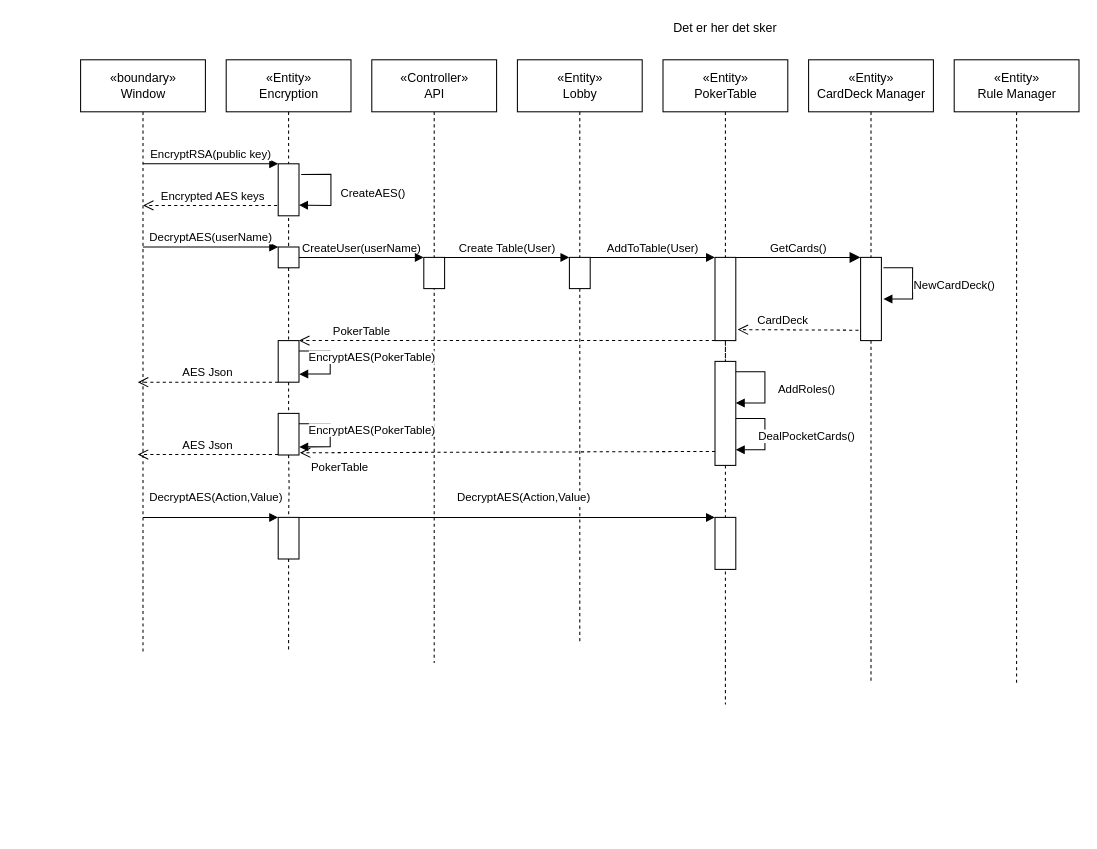
This is Dokumentation/SD Diagram.drawio from AndreasBollNielsen/PinkLadiesPoker_GameEngine, a draw.io file, before an edit. Source tidied: cells renumbered, new cells numbered last; positions are measured from the earlier drawing's top-left corner, leaving out a move shared by most shapes. Both pictures are drawn from the tidied source at 104%, with x=0, y=0 at pixel (80, 18).
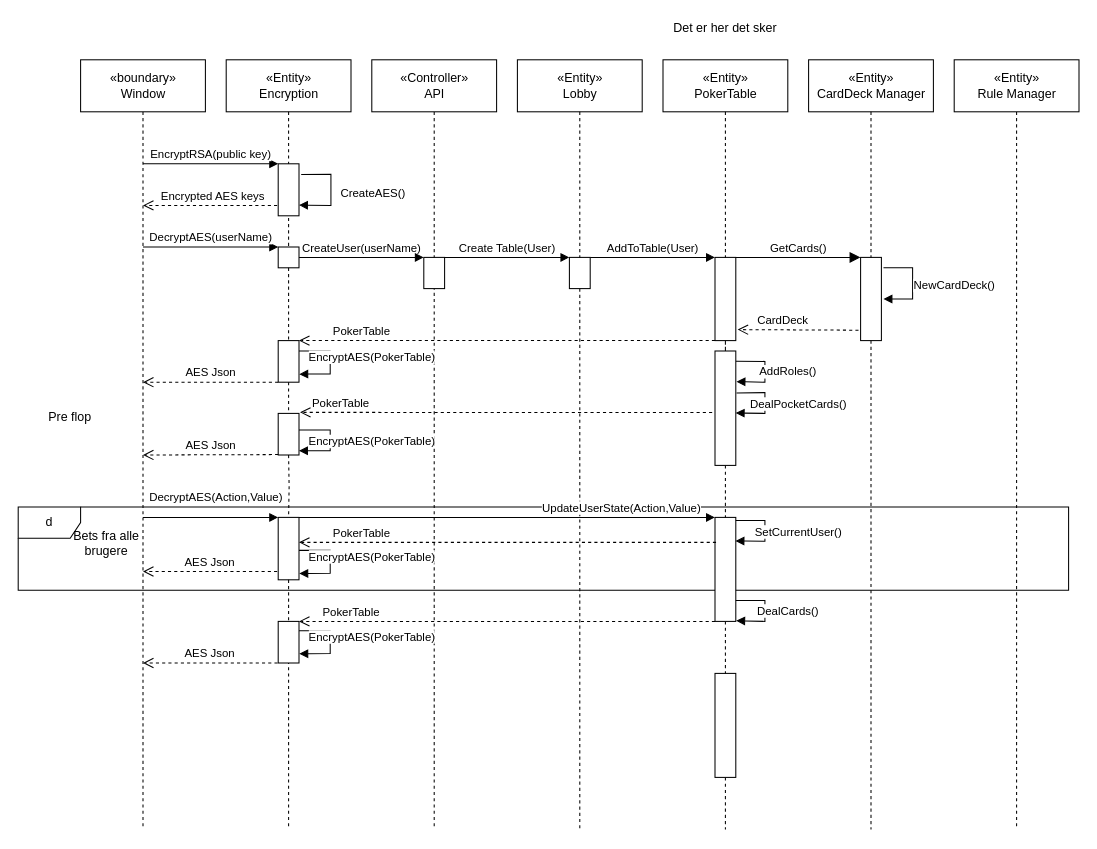
After the change.

Commit message:
added another update to SD diagram

The change refers to these unchanged cells:
```xml
<mxCell id="3" value="«boundary»&lt;br&gt;Window" style="html=1;" parent="1" vertex="1">
  <mxGeometry y="40" width="120" height="50" as="geometry" />
</mxCell>
<mxCell id="8" value="«Controller»&lt;br&gt;API" style="html=1;" parent="1" vertex="1">
  <mxGeometry x="280" y="40" width="120" height="50" as="geometry" />
</mxCell>
<mxCell id="21" style="rounded=0;whiteSpace=wrap;html=1;" parent="1" vertex="1">
  <mxGeometry x="470" y="230" width="20" height="30" as="geometry" />
</mxCell>
<mxCell id="23" style="rounded=0;whiteSpace=wrap;html=1;" parent="1" vertex="1">
  <mxGeometry x="750" y="230" width="20" height="80" as="geometry" />
</mxCell>
<mxCell id="33" style="rounded=0;whiteSpace=wrap;html=1;" parent="1" vertex="1">
  <mxGeometry x="610" y="230" width="20" height="80" as="geometry" />
</mxCell>
<mxCell id="44" style="rounded=0;whiteSpace=wrap;html=1;" parent="1" vertex="1">
  <mxGeometry x="190" y="380" width="20" height="40" as="geometry" />
</mxCell>
<mxCell id="50" value="«Entity»&lt;br&gt;Rule Manager" style="html=1;" parent="1" vertex="1">
  <mxGeometry x="840" y="40" width="120" height="50" as="geometry" />
</mxCell>
```

What changed in the source:
```diff
@@
+    <mxCell id="41" style="edgeStyle=orthogonalEdgeStyle;rounded=0;jettySize=auto;html=1;dashed=1;labelBackgroundColor=none;endArrow=none;endFill=0;align=center;" parent="1" edge="1" source="33" target="40">
+      <mxGeometry relative="1" as="geometry" />
+    </mxCell>
+    <mxCell id="56" value="d" style="shape=umlFrame;whiteSpace=wrap;html=1;" parent="1" vertex="1">
+      <mxGeometry x="-60" y="470" width="1010" height="80" as="geometry" />
+    </mxCell>
     <mxCell id="2" style="edgeStyle=orthogonalEdgeStyle;rounded=0;jettySize=auto;html=1;endArrow=none;endFill=0;dashed=1;exitX=0.5;exitY=1;exitDx=0;exitDy=0;" parent="1" edge="1" source="3">
       <mxGeometry relative="1" as="geometry">
-        <mxPoint x="60" y="610" as="targetPoint" />
+        <mxPoint x="60" y="780" as="targetPoint" />
         <Array as="points">
           <mxPoint x="60" y="601" />
           <mxPoint x="60" y="601" />
         </Array>
       </mxGeometry>
     </mxCell>
@@
-    <mxCell id="4" style="edgeStyle=orthogonalEdgeStyle;rounded=0;jettySize=auto;html=1;dashed=1;endArrow=none;endFill=0;exitX=0.5;exitY=1;exitDx=0;exitDy=0;" parent="1" edge="1" source="52">
+    <mxCell id="4" style="edgeStyle=orthogonalEdgeStyle;rounded=0;jettySize=auto;html=1;dashed=1;endArrow=none;endFill=0;exitX=0.5;exitY=1;exitDx=0;exitDy=0;" parent="1" edge="1" source="66">
       <mxGeometry relative="1" as="geometry">
-        <mxPoint x="200" y="610" as="targetPoint" />
+        <mxPoint x="200" y="780" as="targetPoint" />
         <Array as="points">
           <mxPoint x="200" y="610" />
           <mxPoint x="200" y="610" />
         </Array>
       </mxGeometry>
     </mxCell>
     <mxCell id="5" style="edgeStyle=orthogonalEdgeStyle;rounded=0;jettySize=auto;html=1;dashed=1;endArrow=none;endFill=0;" parent="1" edge="1" source="21">
       <mxGeometry relative="1" as="geometry">
-        <mxPoint x="480" y="600" as="targetPoint" />
+        <mxPoint x="480" y="780" as="targetPoint" />
       </mxGeometry>
     </mxCell>
@@
     <mxCell id="7" style="edgeStyle=orthogonalEdgeStyle;rounded=0;jettySize=auto;html=1;dashed=1;endArrow=none;endFill=0;" parent="1" edge="1" source="8">
       <mxGeometry relative="1" as="geometry">
-        <mxPoint x="340" y="620" as="targetPoint" />
+        <mxPoint x="340" y="780" as="targetPoint" />
         <Array as="points">
           <mxPoint x="340" y="610" />
           <mxPoint x="340" y="610" />
         </Array>
       </mxGeometry>
     </mxCell>
@@
     <mxCell id="10" style="edgeStyle=orthogonalEdgeStyle;rounded=0;jettySize=auto;html=1;dashed=1;labelBackgroundColor=none;endArrow=none;endFill=0;exitX=0.5;exitY=1;exitDx=0;exitDy=0;" parent="1" edge="1" source="23">
       <mxGeometry relative="1" as="geometry">
-        <mxPoint x="760" y="640" as="targetPoint" />
+        <mxPoint x="760" y="780" as="targetPoint" />
       </mxGeometry>
     </mxCell>
@@
     <mxCell id="27" style="edgeStyle=orthogonalEdgeStyle;rounded=0;jettySize=auto;html=1;dashed=1;labelBackgroundColor=none;endArrow=none;endFill=0;align=center;" parent="1" edge="1" source="40">
       <mxGeometry relative="1" as="geometry">
-        <mxPoint x="620" y="660" as="targetPoint" />
+        <mxPoint x="620" y="780" as="targetPoint" />
         <Array as="points">
           <mxPoint x="620" y="650" />
           <mxPoint x="620" y="650" />
         </Array>
       </mxGeometry>
     </mxCell>
@@
     <mxCell id="31" value="AES Json" style="html=1;verticalAlign=bottom;endArrow=open;dashed=1;endSize=8;" parent="1" edge="1">
       <mxGeometry relative="1" as="geometry">
         <mxPoint x="190" y="350" as="sourcePoint" />
-        <mxPoint x="55" y="350" as="targetPoint" />
+        <mxPoint x="60" y="350" as="targetPoint" />
       </mxGeometry>
     </mxCell>
@@
     <mxCell id="40" style="rounded=0;whiteSpace=wrap;html=1;" parent="1" vertex="1">
-      <mxGeometry x="610" y="330" width="20" height="100" as="geometry" />
+      <mxGeometry x="610" y="320" width="20" height="110" as="geometry" />
     </mxCell>
-    <mxCell id="41" style="edgeStyle=orthogonalEdgeStyle;rounded=0;jettySize=auto;html=1;dashed=1;labelBackgroundColor=none;endArrow=none;endFill=0;align=center;" parent="1" edge="1" source="33" target="40">
-      <mxGeometry relative="1" as="geometry" />
-    </mxCell>
-    <mxCell id="42" value="PokerTable" style="html=1;verticalAlign=bottom;endArrow=open;dashed=1;endSize=8;entryX=1.042;entryY=0.946;entryDx=0;entryDy=0;entryPerimeter=0;exitX=0.007;exitY=0.866;exitDx=0;exitDy=0;exitPerimeter=0;" parent="1" edge="1" source="40" target="44">
-      <mxGeometry x="0.81" y="23" relative="1" as="geometry" />
+    <mxCell id="42" value="PokerTable" style="html=1;verticalAlign=bottom;endArrow=open;dashed=1;endSize=8;exitX=-0.136;exitY=0.538;exitDx=0;exitDy=0;exitPerimeter=0;" parent="1" edge="1" source="40">
+      <mxGeometry x="0.8" relative="1" as="geometry">
+        <mxPoint x="211" y="379" as="targetPoint" />
+      </mxGeometry>
     </mxCell>
@@
-    <mxCell id="45" value="EncryptAES(PokerTable)" style="html=1;verticalAlign=bottom;endArrow=block;rounded=0;entryX=1.014;entryY=0.807;entryDx=0;entryDy=0;entryPerimeter=0;" parent="1" edge="1" target="44">
-      <mxGeometry x="0.11" y="40" relative="1" as="geometry">
-        <mxPoint x="210" y="390" as="sourcePoint" />
+    <mxCell id="45" value="EncryptAES(PokerTable)" style="html=1;verticalAlign=bottom;endArrow=block;rounded=0;" parent="1" edge="1">
+      <mxGeometry x="0.25" y="-40" relative="1" as="geometry">
+        <mxPoint x="210" y="396" as="sourcePoint" />
+        <mxPoint x="210" y="416" as="targetPoint" />
         <Array as="points">
-          <mxPoint x="240" y="390" />
-          <mxPoint x="240" y="412" />
+          <mxPoint x="240" y="396" />
+          <mxPoint x="240" y="416" />
         </Array>
+        <mxPoint x="40" y="40" as="offset" />
       </mxGeometry>
     </mxCell>
     <mxCell id="46" value="AES Json" style="html=1;verticalAlign=bottom;endArrow=open;dashed=1;endSize=8;" parent="1" edge="1">
       <mxGeometry relative="1" as="geometry">
         <mxPoint x="190" y="419.6" as="sourcePoint" />
-        <mxPoint x="55" y="419.6" as="targetPoint" />
+        <mxPoint x="60" y="420" as="targetPoint" />
       </mxGeometry>
     </mxCell>
-    <mxCell id="47" value="DealPocketCards()" style="html=1;verticalAlign=bottom;endArrow=block;rounded=0;" parent="1" edge="1">
-      <mxGeometry x="0.26" y="40" relative="1" as="geometry">
-        <mxPoint x="630" y="385" as="sourcePoint" />
-        <mxPoint x="630" y="415" as="targetPoint" />
+    <mxCell id="47" value="DealPocketCards()" style="html=1;verticalAlign=bottom;endArrow=block;rounded=0;exitX=1.033;exitY=0.458;exitDx=0;exitDy=0;exitPerimeter=0;entryX=0.994;entryY=0.633;entryDx=0;entryDy=0;entryPerimeter=0;" parent="1" edge="1">
+      <mxGeometry x="0.24" y="32" relative="1" as="geometry">
+        <mxPoint x="630.7" y="360.4" as="sourcePoint" />
+        <mxPoint x="629.9" y="379.6" as="targetPoint" />
         <Array as="points">
-          <mxPoint x="658" y="385" />
-          <mxPoint x="658" y="415" />
+          <mxPoint x="658" y="360" />
+          <mxPoint x="658" y="380" />
         </Array>
+        <mxPoint x="32" y="-32" as="offset" />
       </mxGeometry>
     </mxCell>
-    <mxCell id="48" value="AddRoles()" style="html=1;verticalAlign=bottom;endArrow=block;rounded=0;" parent="1" edge="1">
-      <mxGeometry x="0.26" y="40" relative="1" as="geometry">
-        <mxPoint x="630" y="340" as="sourcePoint" />
-        <mxPoint x="630" y="370" as="targetPoint" />
+    <mxCell id="48" value="AddRoles()" style="html=1;verticalAlign=bottom;endArrow=block;rounded=0;exitX=1.007;exitY=0.09;exitDx=0;exitDy=0;exitPerimeter=0;entryX=1.034;entryY=0.268;entryDx=0;entryDy=0;entryPerimeter=0;" parent="1" edge="1" source="40" target="40">
+      <mxGeometry x="0.26" y="22" relative="1" as="geometry">
         <Array as="points">
-          <mxPoint x="658" y="340" />
-          <mxPoint x="658" y="370" />
+          <mxPoint x="658" y="330" />
+          <mxPoint x="658" y="350" />
         </Array>
       </mxGeometry>
     </mxCell>
     <mxCell id="49" style="edgeStyle=orthogonalEdgeStyle;rounded=0;jettySize=auto;html=1;endArrow=none;endFill=0;dashed=1;labelBackgroundColor=none;" parent="1" edge="1" source="50">
       <mxGeometry relative="1" as="geometry">
-        <mxPoint x="900" y="640" as="targetPoint" />
+        <mxPoint x="900" y="780" as="targetPoint" />
       </mxGeometry>
     </mxCell>
@@
     <mxCell id="52" style="rounded=0;whiteSpace=wrap;html=1;" parent="1" vertex="1">
-      <mxGeometry x="190" y="480" width="20" height="40" as="geometry" />
+      <mxGeometry x="190" y="480" width="20" height="60" as="geometry" />
     </mxCell>
@@
-    <mxCell id="54" value="DecryptAES(Action,Value)" style="html=1;verticalAlign=bottom;endArrow=block;entryX=0;entryY=0;entryDx=0;entryDy=0;" parent="1" edge="1" target="55">
-      <mxGeometry x="0.08" y="10" relative="1" as="geometry">
+    <mxCell id="54" value="UpdateUserState(Action,Value)" style="html=1;verticalAlign=bottom;endArrow=block;entryX=0;entryY=0;entryDx=0;entryDy=0;" parent="1" edge="1" target="55">
+      <mxGeometry x="0.55" relative="1" as="geometry">
         <mxPoint x="210" y="480" as="sourcePoint" />
       </mxGeometry>
     </mxCell>
     <mxCell id="55" style="rounded=0;whiteSpace=wrap;html=1;" parent="1" vertex="1">
-      <mxGeometry x="610" y="480" width="20" height="50" as="geometry" />
+      <mxGeometry x="610" y="480" width="20" height="100" as="geometry" />
     </mxCell>
+    <mxCell id="57" value="PokerTable" style="html=1;verticalAlign=bottom;endArrow=open;dashed=1;endSize=8;exitX=0;exitY=1;exitDx=0;exitDy=0;entryX=1;entryY=0;entryDx=0;entryDy=0;" parent="1" edge="1" source="55" target="66">
+      <mxGeometry x="0.75" relative="1" as="geometry" />
+    </mxCell>
+    <mxCell id="58" value="EncryptAES(PokerTable)" style="html=1;verticalAlign=bottom;endArrow=block;rounded=0;entryX=1.014;entryY=0.807;entryDx=0;entryDy=0;entryPerimeter=0;" parent="1" edge="1">
+      <mxGeometry x="0.11" y="40" relative="1" as="geometry">
+        <mxPoint x="210" y="511.7" as="sourcePoint" />
+        <mxPoint x="210.3" y="534" as="targetPoint" />
+        <Array as="points">
+          <mxPoint x="240" y="511.7" />
+          <mxPoint x="240" y="533.7" />
+        </Array>
+      </mxGeometry>
+    </mxCell>
+    <mxCell id="59" value="AES Json" style="html=1;verticalAlign=bottom;endArrow=open;dashed=1;endSize=8;exitX=-0.05;exitY=0.867;exitDx=0;exitDy=0;exitPerimeter=0;" parent="1" edge="1" source="52">
+      <mxGeometry relative="1" as="geometry">
+        <mxPoint x="60" y="532" as="targetPoint" />
+      </mxGeometry>
+    </mxCell>
+    <mxCell id="60" value="SetCurrentUser()" style="html=1;verticalAlign=bottom;endArrow=block;rounded=0;entryX=0.985;entryY=0.296;entryDx=0;entryDy=0;entryPerimeter=0;" parent="1" edge="1">
+      <mxGeometry x="0.25" y="32" relative="1" as="geometry">
+        <mxPoint x="630" y="483" as="sourcePoint" />
+        <mxPoint x="629.7" y="502.6" as="targetPoint" />
+        <Array as="points">
+          <mxPoint x="658" y="483" />
+          <mxPoint x="658" y="503" />
+        </Array>
+        <mxPoint x="32" y="-32" as="offset" />
+      </mxGeometry>
+    </mxCell>
+    <mxCell id="61" value="Bets fra alle brugere" style="text;html=1;strokeColor=none;fillColor=none;align=center;verticalAlign=middle;whiteSpace=wrap;rounded=0;" parent="1" vertex="1">
+      <mxGeometry x="-20" y="480" width="90" height="50" as="geometry" />
+    </mxCell>
+    <mxCell id="62" value="Pre flop" style="text;html=1;strokeColor=none;fillColor=none;align=center;verticalAlign=middle;whiteSpace=wrap;rounded=0;" parent="1" vertex="1">
+      <mxGeometry x="-50" y="374" width="80" height="20" as="geometry" />
+    </mxCell>
+    <mxCell id="63" style="rounded=0;whiteSpace=wrap;html=1;" parent="1" vertex="1">
+      <mxGeometry x="610" y="630" width="20" height="100" as="geometry" />
+    </mxCell>
+    <mxCell id="64" value="DealCards()" style="html=1;verticalAlign=bottom;endArrow=block;rounded=0;entryX=1.018;entryY=0.794;entryDx=0;entryDy=0;entryPerimeter=0;" parent="1" edge="1">
+      <mxGeometry x="0.25" y="22" relative="1" as="geometry">
+        <mxPoint x="630" y="560" as="sourcePoint" />
+        <mxPoint x="630.4" y="579.4" as="targetPoint" />
+        <Array as="points">
+          <mxPoint x="658" y="560" />
+          <mxPoint x="658" y="580" />
+        </Array>
+      </mxGeometry>
+    </mxCell>
+    <mxCell id="65" value="PokerTable" style="html=1;verticalAlign=bottom;endArrow=open;dashed=1;endSize=8;entryX=1;entryY=1;entryDx=0;entryDy=0;" parent="1" edge="1">
+      <mxGeometry x="0.7" relative="1" as="geometry">
+        <mxPoint x="611" y="504" as="sourcePoint" />
+        <mxPoint x="210" y="504" as="targetPoint" />
+      </mxGeometry>
+    </mxCell>
+    <mxCell id="66" style="rounded=0;whiteSpace=wrap;html=1;" parent="1" vertex="1">
+      <mxGeometry x="190" y="580" width="20" height="40" as="geometry" />
+    </mxCell>
+    <mxCell id="67" style="edgeStyle=orthogonalEdgeStyle;rounded=0;jettySize=auto;html=1;dashed=1;endArrow=none;endFill=0;exitX=0.5;exitY=1;exitDx=0;exitDy=0;" parent="1" edge="1" source="52" target="66">
+      <mxGeometry relative="1" as="geometry" />
+    </mxCell>
+    <mxCell id="68" value="EncryptAES(PokerTable)" style="html=1;verticalAlign=bottom;endArrow=block;rounded=0;entryX=1.014;entryY=0.807;entryDx=0;entryDy=0;entryPerimeter=0;" parent="1" edge="1">
+      <mxGeometry x="0.11" y="40" relative="1" as="geometry">
+        <mxPoint x="210" y="588.9" as="sourcePoint" />
+        <mxPoint x="210.3" y="611.1" as="targetPoint" />
+        <Array as="points">
+          <mxPoint x="240" y="588.9" />
+          <mxPoint x="240" y="610.9" />
+        </Array>
+      </mxGeometry>
+    </mxCell>
+    <mxCell id="69" value="AES Json" style="html=1;verticalAlign=bottom;endArrow=open;dashed=1;endSize=8;exitX=0;exitY=1;exitDx=0;exitDy=0;" parent="1" edge="1">
+      <mxGeometry relative="1" as="geometry">
+        <mxPoint x="189.4" y="620" as="sourcePoint" />
+        <mxPoint x="60" y="620" as="targetPoint" />
+      </mxGeometry>
+    </mxCell>
```
